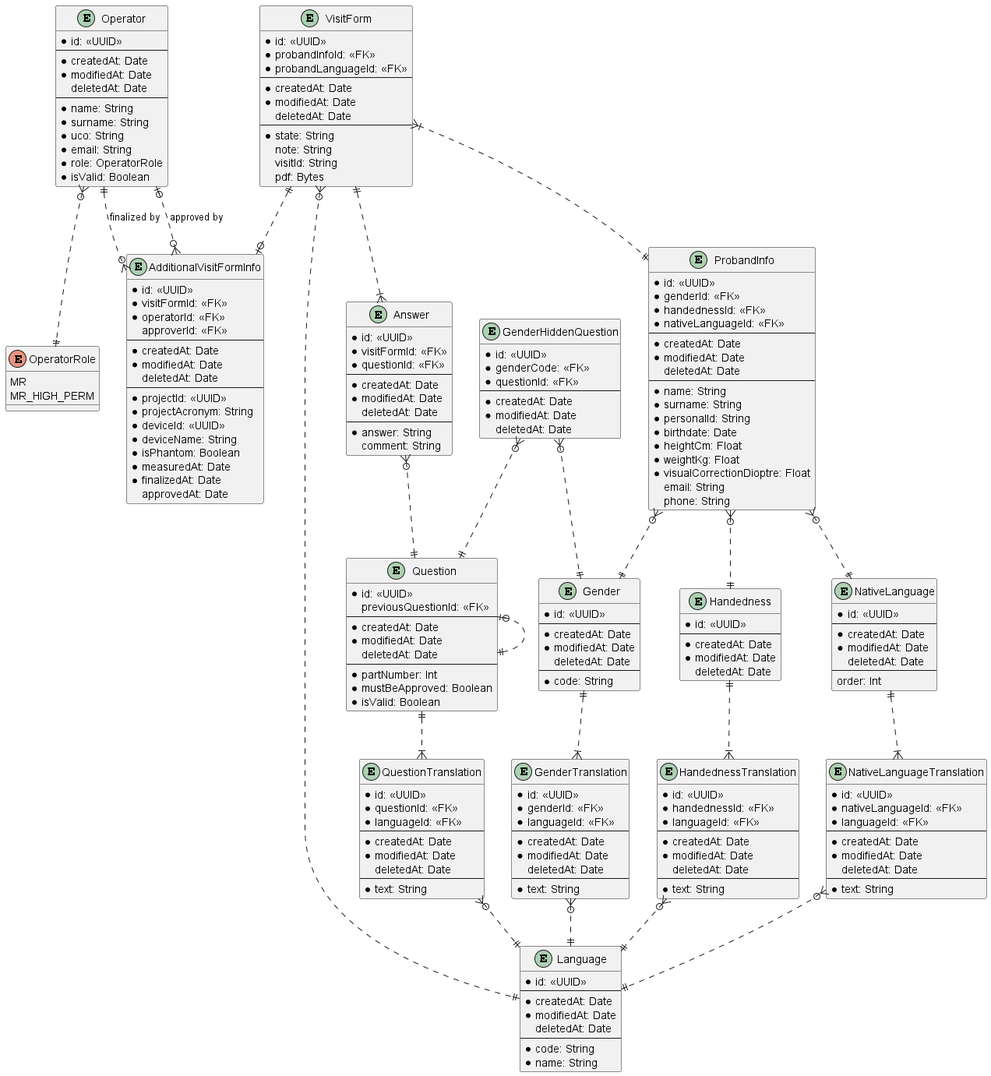
This is backend/prisma/erd/ProbandSafetyQuestionnaire.png from lukas-kratochvil/mafil-proband-safety-questionnaire, a PlantUML export, as it was before one commit.
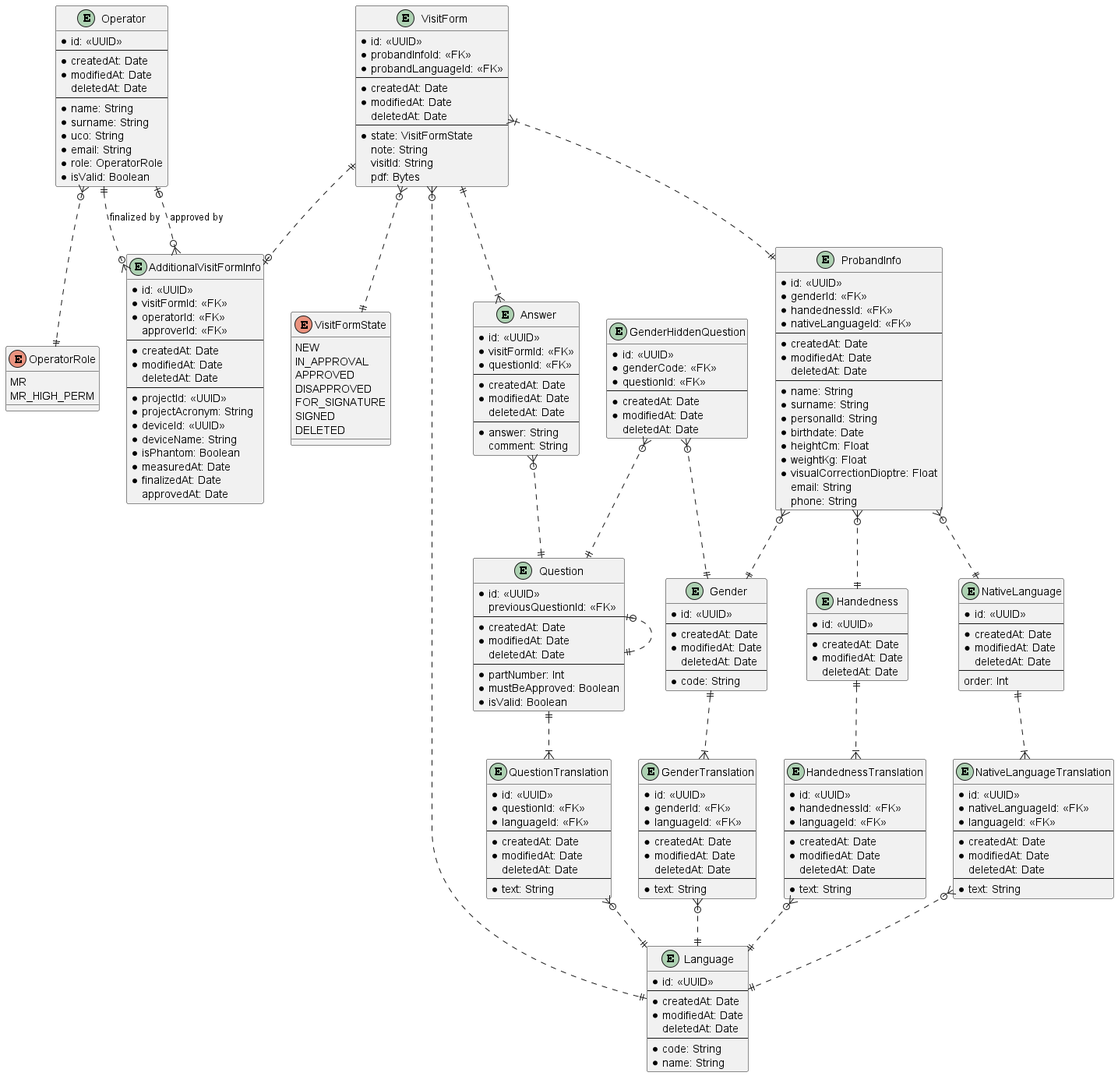
After the change.

Commit message:
feat: created prisma schema VisitFormState enum

The edit, as a diff of the source:
```diff
@@ -29,10 +29,20 @@
   * modifiedAt: Date
   deletedAt: Date
   ---
-  * state: String
+  * state: VisitFormState
   note: String
   visitId: String
   pdf: Bytes
+}
+
+enum VisitFormState {
+  NEW
+  IN_APPROVAL
+  APPROVED
+  DISAPPROVED
+  FOR_SIGNATURE
+  SIGNED
+  DELETED
 }
 
 entity AdditionalVisitFormInfo {
@@ -202,6 +212,7 @@
 Operator }o..|| OperatorRole
 Operator ||..o{ AdditionalVisitFormInfo : finalized by
 Operator |o..o{ AdditionalVisitFormInfo : approved by
+VisitForm }o..|| VisitFormState
 VisitForm ||..o| AdditionalVisitFormInfo
 VisitForm }|..|| ProbandInfo
 VisitForm ||..|{ Answer
```
